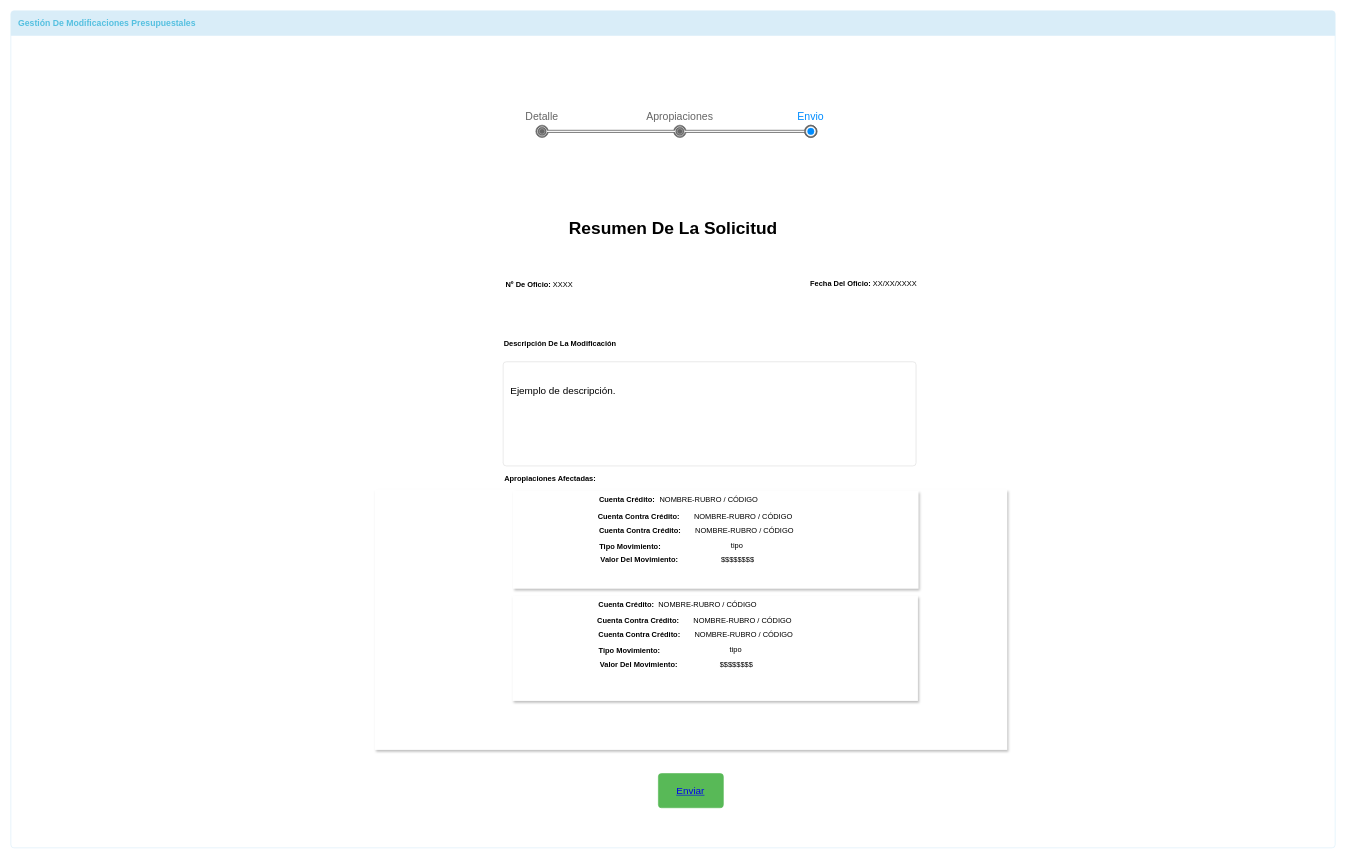
The draw.io diagram page "Envio y resumen" (4 of 7) of movimientos/movimientos/mockups/modificaciones_presupuestales/modificaciones_presupuestales.drawio in udistrital/financiera_documentacion, before the edit. Source tidied: cells renumbered, new cells numbered last; positions are measured from the earlier drawing's top-left corner, leaving out a move shared by most shapes. Both pictures are drawn from the tidied source at 62%, with x=0, y=0 at pixel (11, 11).
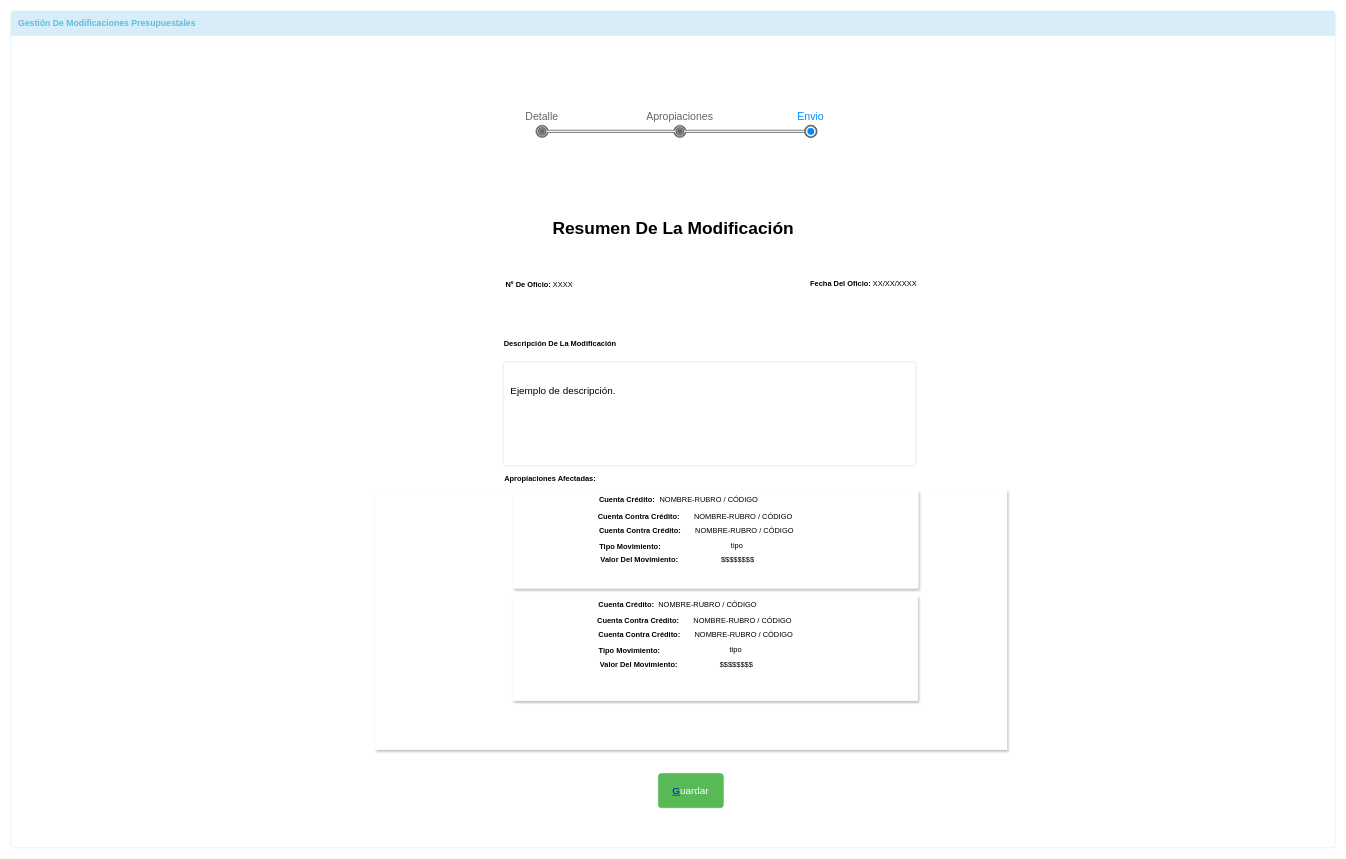
The same diagram, later.

The change refers to these unchanged cells:
```xml
<mxCell id="2" style="html=1;shadow=0;dashed=0;shape=mxgraph.bootstrap.rrect;align=center;rSize=5;strokeColor=#D9EDF8;fillColor=#ffffff;fontColor=#f0f0f0;spacingTop=30;whiteSpace=wrap;" parent="1" vertex="1">
  <mxGeometry width="2136" height="1350" as="geometry" />
</mxCell>
```

What changed in the source:
```diff
@@
-    <mxCell id="9" value="&lt;b&gt;&lt;font style=&quot;font-size: 28px&quot;&gt;Resumen De La Solicitud&lt;/font&gt;&lt;/b&gt;" style="text;html=1;strokeColor=none;fillColor=none;align=center;verticalAlign=middle;whiteSpace=wrap;rounded=0;" parent="2" vertex="1">
+    <mxCell id="9" value="&lt;b&gt;&lt;font style=&quot;font-size: 28px&quot;&gt;Resumen De La Modificación&lt;/font&gt;&lt;/b&gt;" style="text;html=1;strokeColor=none;fillColor=none;align=center;verticalAlign=middle;whiteSpace=wrap;rounded=0;" parent="2" vertex="1">
       <mxGeometry x="749.7" y="329.8" width="636.8" height="40.1" as="geometry" />
     </mxCell>
-    <mxCell id="10" value="&lt;a href=&quot;data:page/id,z4xv4HJjNKhwG06qnsSv&quot;&gt;Enviar&lt;/a&gt;" style="html=1;shadow=0;dashed=0;shape=mxgraph.bootstrap.rrect;rSize=5;fillColor=#58B957;align=center;strokeColor=#58B957;fontColor=#ffffff;fontSize=16;whiteSpace=wrap;" parent="2" vertex="1">
+    <mxCell id="10" value="&lt;a href=&quot;data:page/id,z4xv4HJjNKhwG06qnsSv&quot;&gt;G&lt;/a&gt;uardar" style="html=1;shadow=0;dashed=0;shape=mxgraph.bootstrap.rrect;rSize=5;fillColor=#58B957;align=center;strokeColor=#58B957;fontColor=#ffffff;fontSize=16;whiteSpace=wrap;" parent="2" vertex="1">
       <mxGeometry x="1044.4" y="1230.2" width="104.8" height="55.1" as="geometry" />
     </mxCell>
```
